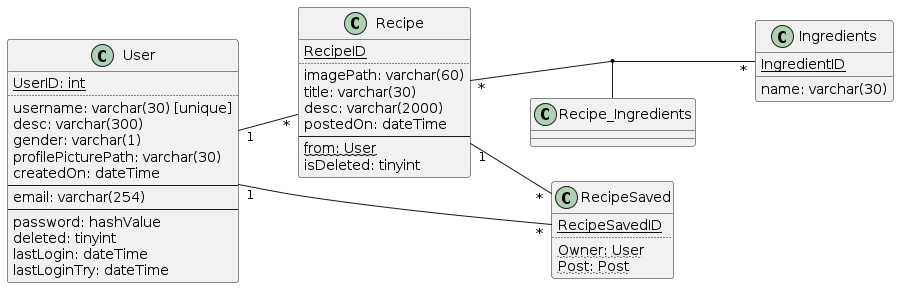
Earlier version of the PlantUML export images/db-structure.png (2223-4bhitm-sew/01-microproject-MctomSpdo). The source it was exported from:
```plantuml
@startuml

left to right direction

class User {
    <u>UserID: int</u>
    ..
    username: varchar(30) [unique]
    desc: varchar(300)
    gender: varchar(1)
    profilePicturePath: varchar(30)
    createdOn: dateTime
    --
    email: varchar(254)
    --
    password: hashValue
    deleted: tinyint
    lastLogin: dateTime
    lastLoginTry: dateTime
}

class Ingredients {
    <u>IngredientID</u>
    name: varchar(30)
}

class Recipe {
    <u>RecipeID</u>
    ..
    imagePath: varchar(60)
    title: varchar(30)
    desc: varchar(2000)
    postedOn: dateTime
    --
    <w>from: User</w>
    isDeleted: tinyint
}

class RecipeSaved {
    <u>RecipeSavedID</u>
    ..
    <w>Owner: User</w>
    <w>Post: Post</w>
}

User "1" -- "*" Recipe
User "1" -- "*" RecipeSaved

Recipe "*"--"*" Ingredients
(Recipe, Ingredients) -- Recipe_Ingredients
Recipe "1" -- "*" RecipeSaved

@enduml
```
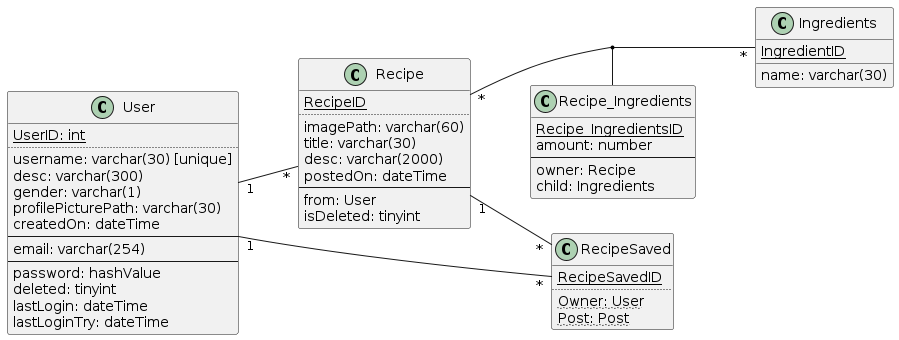
After the commit.

What changed in the source:
```diff
@@ -32,7 +32,7 @@
     desc: varchar(2000)
     postedOn: dateTime
     --
-    <w>from: User</w>
+    from: User
     isDeleted: tinyint
 }
 
@@ -43,6 +43,14 @@
     <w>Post: Post</w>
 }
 
+class Recipe_Ingredients {
+    <u>Recipe_IngredientsID</u>
+    amount: number
+    --
+    owner: Recipe
+    child: Ingredients
+}
+
 User "1" -- "*" Recipe
 User "1" -- "*" RecipeSaved
 
```
